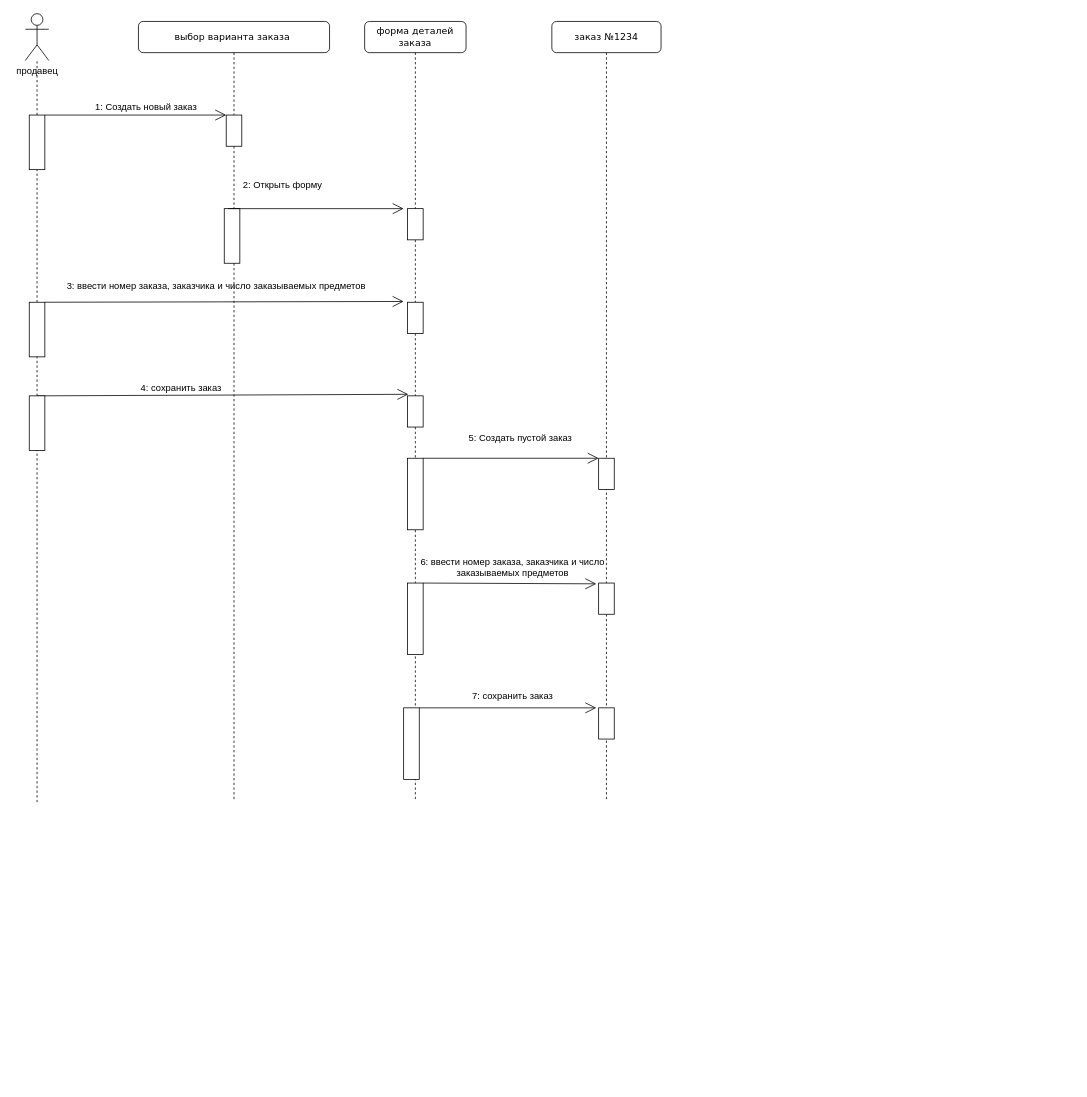
This is lab 2.drawio from Gsuper36/lab-diagrams, a draw.io file, before an edit. Source tidied: cells renumbered, new cells numbered last; positions are measured from the earlier drawing's top-left corner, leaving out a move shared by most shapes. Both pictures are drawn from the tidied source at 78%, with x=0, y=0 at pixel (25, 13).
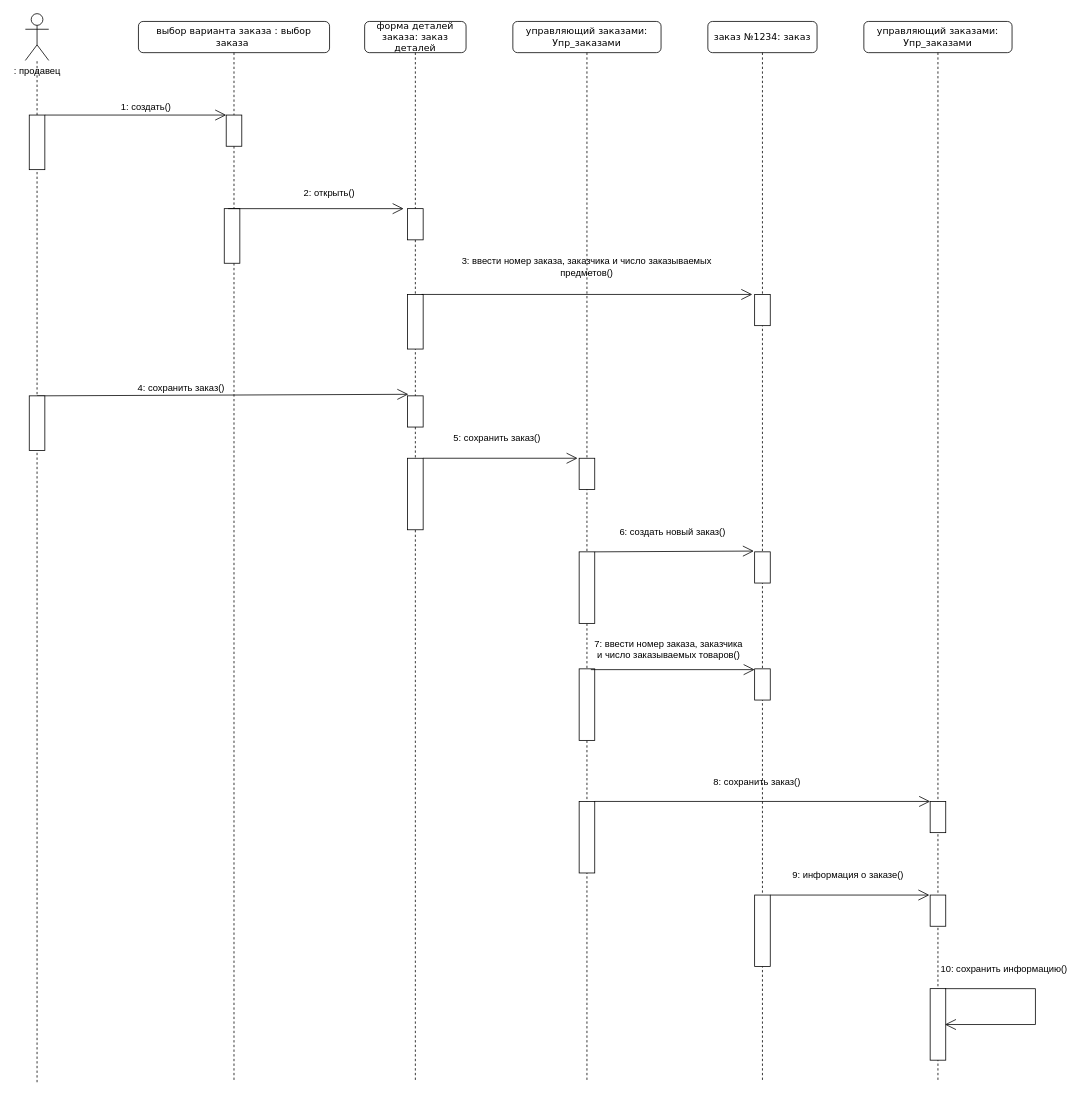
Above is the later version.

The change refers to these unchanged cells:
```xml
<mxCell id="6" style="html=1;points=[];perimeter=orthogonalPerimeter;rounded=0;shadow=0;comic=0;labelBackgroundColor=none;strokeWidth=1;fontFamily=Verdana;fontSize=12;align=center;" parent="2" vertex="1">
  <mxGeometry x="55" y="560" width="20" height="91.7" as="geometry" />
</mxCell>
<mxCell id="32" style="html=1;points=[];perimeter=orthogonalPerimeter;rounded=0;shadow=0;comic=0;labelBackgroundColor=none;strokeWidth=1;fontFamily=Verdana;fontSize=12;align=center;" parent="1" vertex="1">
  <mxGeometry x="5" y="130" width="20" height="70" as="geometry" />
</mxCell>
<mxCell id="36" style="html=1;points=[];perimeter=orthogonalPerimeter;rounded=0;shadow=0;comic=0;labelBackgroundColor=none;strokeWidth=1;fontFamily=Verdana;fontSize=12;align=center;" parent="1" vertex="1">
  <mxGeometry x="5" y="490" width="20" height="70" as="geometry" />
</mxCell>
```

The edit, as a diff of the source:
```diff
@@
-    <mxCell id="2" value="форма деталей заказа" style="shape=umlLifeline;perimeter=lifelinePerimeter;whiteSpace=wrap;html=1;rounded=1;shadow=0;comic=0;labelBackgroundColor=none;strokeWidth=1;fontFamily=Verdana;fontSize=12;align=center;" parent="1" vertex="1">
-      <mxGeometry x="435" y="10" width="130" height="1000" as="geometry" />
+    <mxCell id="2" value="форма деталей заказа: заказ деталей" style="shape=umlLifeline;perimeter=lifelinePerimeter;whiteSpace=wrap;html=1;rounded=1;shadow=0;comic=0;labelBackgroundColor=none;strokeWidth=1;fontFamily=Verdana;fontSize=12;align=center;" parent="1" vertex="1">
+      <mxGeometry x="435" y="10" width="130" height="1360" as="geometry" />
     </mxCell>
@@
-    <mxCell id="4" style="html=1;points=[];perimeter=orthogonalPerimeter;rounded=0;shadow=0;comic=0;labelBackgroundColor=none;strokeWidth=1;fontFamily=Verdana;fontSize=12;align=center;" parent="2" vertex="1">
-      <mxGeometry x="55" y="360" width="20" height="40" as="geometry" />
-    </mxCell>
@@
-    <mxCell id="7" style="html=1;perimeter=orthogonalPerimeter;rounded=0;shadow=0;comic=0;labelBackgroundColor=none;strokeWidth=1;fontFamily=Verdana;fontSize=12;align=center;" parent="2" vertex="1">
-      <mxGeometry x="55" y="720" width="20" height="91.7" as="geometry" />
-    </mxCell>
-    <mxCell id="8" style="endArrow=open;html=1;rounded=0;endFill=0;endSize=12;entryX=-0.15;entryY=0.025;entryDx=0;entryDy=0;entryPerimeter=0;" parent="2" edge="1" target="14">
-      <mxGeometry relative="1" as="geometry">
-        <mxPoint x="75" y="720" as="sourcePoint" />
-      </mxGeometry>
-    </mxCell>
-    <mxCell id="9" style="html=1;perimeter=orthogonalPerimeter;rounded=0;shadow=0;comic=0;labelBackgroundColor=none;strokeWidth=1;fontFamily=Verdana;fontSize=12;align=center;" parent="2" vertex="1">
-      <mxGeometry x="50" y="880" width="20" height="91.7" as="geometry" />
-    </mxCell>
-    <mxCell id="10" style="endArrow=open;html=1;rounded=0;endFill=0;endSize=12;entryX=-0.15;entryY=0;entryDx=0;entryDy=0;entryPerimeter=0;" parent="2" edge="1" target="15">
-      <mxGeometry relative="1" as="geometry">
-        <mxPoint x="70" y="880" as="sourcePoint" />
-      </mxGeometry>
-    </mxCell>
+    <mxCell id="38" style="html=1;points=[];perimeter=orthogonalPerimeter;rounded=0;shadow=0;comic=0;labelBackgroundColor=none;strokeWidth=1;fontFamily=Verdana;fontSize=12;align=center;" parent="2" vertex="1">
+      <mxGeometry x="55" y="350" width="20" height="70" as="geometry" />
+    </mxCell>
-    <mxCell id="11" value="заказ №1234" style="shape=umlLifeline;perimeter=lifelinePerimeter;whiteSpace=wrap;html=1;rounded=1;shadow=0;comic=0;labelBackgroundColor=none;strokeWidth=1;fontFamily=Verdana;fontSize=12;align=center;" parent="1" vertex="1">
-      <mxGeometry x="675" y="10" width="140" height="1000" as="geometry" />
+    <mxCell id="11" value="заказ №1234: заказ" style="shape=umlLifeline;perimeter=lifelinePerimeter;whiteSpace=wrap;html=1;rounded=1;shadow=0;comic=0;labelBackgroundColor=none;strokeWidth=1;fontFamily=Verdana;fontSize=12;align=center;" parent="1" vertex="1">
+      <mxGeometry x="875" y="10" width="140" height="1360" as="geometry" />
     </mxCell>
-    <mxCell id="12" style="html=1;points=[];perimeter=orthogonalPerimeter;rounded=0;shadow=0;comic=0;labelBackgroundColor=none;strokeWidth=1;fontFamily=Verdana;fontSize=12;align=center;" parent="11" vertex="1">
-      <mxGeometry x="60" y="560" width="20" height="40" as="geometry" />
-    </mxCell>
-    <mxCell id="13" style="endArrow=open;html=1;rounded=0;endFill=0;endSize=12;" parent="11" edge="1" source="6">
-      <mxGeometry relative="1" as="geometry">
-        <mxPoint x="60" y="560" as="targetPoint" />
-      </mxGeometry>
-    </mxCell>
+    <mxCell id="39" style="group;" parent="11" vertex="1">
+      <mxGeometry x="60" y="520" width="20" height="200" as="geometry" />
+    </mxCell>
-    <mxCell id="14" style="html=1;points=[];perimeter=orthogonalPerimeter;rounded=0;shadow=0;comic=0;labelBackgroundColor=none;strokeWidth=1;fontFamily=Verdana;fontSize=12;align=center;" parent="11" vertex="1">
-      <mxGeometry x="60" y="720" width="20" height="40" as="geometry" />
+    <mxCell id="14" style="html=1;points=[];perimeter=orthogonalPerimeter;rounded=0;shadow=0;comic=0;labelBackgroundColor=none;strokeWidth=1;fontFamily=Verdana;fontSize=12;align=center;" parent="39" vertex="1">
+      <mxGeometry y="160" width="20" height="40" as="geometry" />
     </mxCell>
-    <mxCell id="15" style="html=1;points=[];perimeter=orthogonalPerimeter;rounded=0;shadow=0;comic=0;labelBackgroundColor=none;strokeWidth=1;fontFamily=Verdana;fontSize=12;align=center;" parent="11" vertex="1">
-      <mxGeometry x="60" y="880" width="20" height="40" as="geometry" />
-    </mxCell>
+    <mxCell id="4" style="html=1;points=[];perimeter=orthogonalPerimeter;rounded=0;shadow=0;comic=0;labelBackgroundColor=none;strokeWidth=1;fontFamily=Verdana;fontSize=12;align=center;" parent="11" vertex="1">
+      <mxGeometry x="60" y="350" width="20" height="40" as="geometry" />
+    </mxCell>
+    <mxCell id="40" style="html=1;points=[];perimeter=orthogonalPerimeter;rounded=0;shadow=0;comic=0;labelBackgroundColor=none;strokeWidth=1;fontFamily=Verdana;fontSize=12;align=center;" parent="11" vertex="1">
+      <mxGeometry x="60" y="830" width="20" height="40" as="geometry" />
+    </mxCell>
+    <mxCell id="41" style="html=1;perimeter=orthogonalPerimeter;rounded=0;shadow=0;comic=0;labelBackgroundColor=none;strokeWidth=1;fontFamily=Verdana;fontSize=12;align=center;" parent="11" vertex="1">
+      <mxGeometry x="60" y="1120" width="20" height="91.7" as="geometry" />
+    </mxCell>
-    <mxCell id="16" value="выбор варианта заказа&lt;span style=&quot;white-space: pre;&quot;&gt; &lt;/span&gt;" style="shape=umlLifeline;perimeter=lifelinePerimeter;whiteSpace=wrap;html=1;rounded=1;shadow=0;comic=0;labelBackgroundColor=none;strokeWidth=1;fontFamily=Verdana;fontSize=12;align=center;" parent="1" vertex="1">
-      <mxGeometry x="145" y="10" width="245" height="1000" as="geometry" />
+    <mxCell id="16" value="выбор варианта заказа : выбор заказа&lt;span style=&quot;white-space: pre;&quot;&gt; &lt;/span&gt;" style="shape=umlLifeline;perimeter=lifelinePerimeter;whiteSpace=wrap;html=1;rounded=1;shadow=0;comic=0;labelBackgroundColor=none;strokeWidth=1;fontFamily=Verdana;fontSize=12;align=center;" parent="1" vertex="1">
+      <mxGeometry x="145" y="10" width="245" height="1360" as="geometry" />
     </mxCell>
@@
-    <mxCell id="20" value="4: сохранить заказ" style="text;html=1;strokeColor=none;fillColor=none;align=center;verticalAlign=middle;whiteSpace=wrap;rounded=0;" parent="16" vertex="1">
+    <mxCell id="20" value="4: сохранить заказ()" style="text;html=1;strokeColor=none;fillColor=none;align=center;verticalAlign=middle;whiteSpace=wrap;rounded=0;" parent="16" vertex="1">
       <mxGeometry x="-100" y="460" width="310" height="20" as="geometry" />
     </mxCell>
-    <mxCell id="21" value="1: Создать новый заказ" style="text;html=1;strokeColor=none;fillColor=none;align=center;verticalAlign=middle;whiteSpace=wrap;rounded=0;" parent="16" vertex="1">
+    <mxCell id="21" value="1: создать()" style="text;html=1;strokeColor=none;fillColor=none;align=center;verticalAlign=middle;whiteSpace=wrap;rounded=0;" parent="16" vertex="1">
       <mxGeometry x="-65" y="100" width="150" height="20" as="geometry" />
     </mxCell>
-    <mxCell id="22" value="2: Открыть форму" style="text;html=1;strokeColor=none;fillColor=none;align=center;verticalAlign=middle;whiteSpace=wrap;rounded=0;" parent="16" vertex="1">
-      <mxGeometry x="110" y="200" width="150" height="20" as="geometry" />
-    </mxCell>
@@
-    <mxCell id="24" style="endArrow=open;html=1;rounded=0;endFill=0;endSize=12;entryX=-0.25;entryY=-0.025;entryDx=0;entryDy=0;entryPerimeter=0;" parent="1" edge="1" target="4">
-      <mxGeometry relative="1" as="geometry">
-        <mxPoint x="25" y="370" as="sourcePoint" />
-      </mxGeometry>
-    </mxCell>
-    <mxCell id="25" value="3: ввести номер заказа, заказчика и число заказываемых предметов" style="text;html=1;strokeColor=none;fillColor=none;align=center;verticalAlign=middle;whiteSpace=wrap;rounded=0;" parent="1" vertex="1">
-      <mxGeometry x="5" y="330" width="480" height="40" as="geometry" />
-    </mxCell>
@@
-    <mxCell id="27" value="5: Создать пустой заказ" style="text;html=1;strokeColor=none;fillColor=none;align=center;verticalAlign=middle;whiteSpace=wrap;rounded=0;" parent="1" vertex="1">
-      <mxGeometry x="565" y="530" width="140" height="30" as="geometry" />
-    </mxCell>
-    <mxCell id="28" value="6: ввести номер заказа, заказчика и число заказываемых предметов" style="text;html=1;strokeColor=none;fillColor=none;align=center;verticalAlign=middle;whiteSpace=wrap;rounded=0;" parent="1" vertex="1">
-      <mxGeometry x="505" y="690" width="240" height="40" as="geometry" />
-    </mxCell>
-    <mxCell id="29" value="7: сохранить заказ" style="text;html=1;strokeColor=none;fillColor=none;align=center;verticalAlign=middle;whiteSpace=wrap;rounded=0;" parent="1" vertex="1">
-      <mxGeometry x="505" y="860" width="240" height="30" as="geometry" />
-    </mxCell>
@@
-    <mxCell id="31" value="продавец" style="shape=umlActor;verticalLabelPosition=bottom;verticalAlign=top;html=1;outlineConnect=0;" parent="1" vertex="1">
+    <mxCell id="31" value=": продавец" style="shape=umlActor;verticalLabelPosition=bottom;verticalAlign=top;html=1;outlineConnect=0;" parent="1" vertex="1">
       <mxGeometry width="30" height="60" as="geometry" />
     </mxCell>
@@
-    <mxCell id="33" style="endArrow=none;dashed=1;html=1;rounded=0;endSize=12;startArrow=none;" parent="1" edge="1" source="34" target="32">
+    <mxCell id="33" style="endArrow=none;dashed=1;html=1;rounded=0;endSize=12;startArrow=none;exitX=0.5;exitY=-0.029;exitDx=0;exitDy=0;exitPerimeter=0;" parent="1" edge="1" source="36" target="32">
       <mxGeometry relative="1" as="geometry" />
     </mxCell>
-    <mxCell id="34" style="html=1;points=[];perimeter=orthogonalPerimeter;rounded=0;shadow=0;comic=0;labelBackgroundColor=none;strokeWidth=1;fontFamily=Verdana;fontSize=12;align=center;" parent="1" vertex="1">
-      <mxGeometry x="5" y="370" width="20" height="70" as="geometry" />
-    </mxCell>
-    <mxCell id="35" style="endArrow=none;dashed=1;html=1;rounded=0;endSize=12;startArrow=none;" parent="1" edge="1" source="36" target="34">
-      <mxGeometry relative="1" as="geometry" />
-    </mxCell>
@@
     <mxCell id="37" style="endArrow=none;dashed=1;html=1;rounded=0;endSize=12;" parent="1" edge="1" target="36">
       <mxGeometry relative="1" as="geometry">
-        <mxPoint x="15" y="1011" as="sourcePoint" />
+        <mxPoint x="15" y="1370" as="sourcePoint" />
       </mxGeometry>
     </mxCell>
+    <mxCell id="22" value="2: открыть()" style="text;html=1;strokeColor=none;fillColor=none;align=center;verticalAlign=middle;whiteSpace=wrap;rounded=0;" parent="1" vertex="1">
+      <mxGeometry x="315" y="220" width="150" height="20" as="geometry" />
+    </mxCell>
+    <mxCell id="42" value="управляющий заказами: Упр_заказами" style="shape=umlLifeline;perimeter=lifelinePerimeter;whiteSpace=wrap;html=1;rounded=1;shadow=0;comic=0;labelBackgroundColor=none;strokeWidth=1;fontFamily=Verdana;fontSize=12;align=center;" parent="1" vertex="1">
+      <mxGeometry x="625" y="10" width="190" height="1360" as="geometry" />
+    </mxCell>
+    <mxCell id="12" style="html=1;points=[];perimeter=orthogonalPerimeter;rounded=0;shadow=0;comic=0;labelBackgroundColor=none;strokeWidth=1;fontFamily=Verdana;fontSize=12;align=center;" parent="42" vertex="1">
+      <mxGeometry x="85" y="560" width="20" height="40" as="geometry" />
+    </mxCell>
+    <mxCell id="27" value="5: сохранить заказ()" style="text;html=1;strokeColor=none;fillColor=none;align=center;verticalAlign=middle;whiteSpace=wrap;rounded=0;" parent="42" vertex="1">
+      <mxGeometry x="-90" y="520" width="140" height="30" as="geometry" />
+    </mxCell>
+    <mxCell id="7" style="html=1;perimeter=orthogonalPerimeter;rounded=0;shadow=0;comic=0;labelBackgroundColor=none;strokeWidth=1;fontFamily=Verdana;fontSize=12;align=center;" parent="42" vertex="1">
+      <mxGeometry x="85" y="680" width="20" height="91.7" as="geometry" />
+    </mxCell>
+    <mxCell id="43" style="endArrow=open;html=1;rounded=0;endFill=0;endSize=12;entryX=-0.05;entryY=-0.025;entryDx=0;entryDy=0;entryPerimeter=0;" parent="42" edge="1" target="14">
+      <mxGeometry relative="1" as="geometry">
+        <mxPoint x="105" y="680" as="sourcePoint" />
+      </mxGeometry>
+    </mxCell>
+    <mxCell id="44" style="html=1;perimeter=orthogonalPerimeter;rounded=0;shadow=0;comic=0;labelBackgroundColor=none;strokeWidth=1;fontFamily=Verdana;fontSize=12;align=center;" parent="42" vertex="1">
+      <mxGeometry x="85" y="830" width="20" height="91.7" as="geometry" />
+    </mxCell>
+    <mxCell id="45" style="endArrow=open;html=1;rounded=0;endFill=0;endSize=12;entryX=0;entryY=0.025;entryDx=0;entryDy=0;entryPerimeter=0;" parent="42" edge="1" target="40">
+      <mxGeometry relative="1" as="geometry">
+        <mxPoint x="100" y="831" as="sourcePoint" />
+      </mxGeometry>
+    </mxCell>
+    <mxCell id="46" style="html=1;perimeter=orthogonalPerimeter;rounded=0;shadow=0;comic=0;labelBackgroundColor=none;strokeWidth=1;fontFamily=Verdana;fontSize=12;align=center;" parent="42" vertex="1">
+      <mxGeometry x="85" y="1000" width="20" height="91.7" as="geometry" />
+    </mxCell>
+    <mxCell id="47" style="endArrow=open;html=1;rounded=0;endFill=0;endSize=12;" parent="42" edge="1" target="53">
+      <mxGeometry relative="1" as="geometry">
+        <mxPoint x="105" y="1000" as="sourcePoint" />
+      </mxGeometry>
+    </mxCell>
+    <mxCell id="48" style="endArrow=open;html=1;rounded=0;endFill=0;endSize=12;entryX=-0.15;entryY=0;entryDx=0;entryDy=0;entryPerimeter=0;exitX=0.9;exitY=0;exitDx=0;exitDy=0;exitPerimeter=0;" parent="1" edge="1" source="38" target="4">
+      <mxGeometry relative="1" as="geometry" />
+    </mxCell>
+    <mxCell id="49" value="3: ввести номер заказа, заказчика и число заказываемых предметов()" style="text;html=1;strokeColor=none;fillColor=none;align=center;verticalAlign=middle;whiteSpace=wrap;rounded=0;" parent="1" vertex="1">
+      <mxGeometry x="525" y="310" width="390" height="30" as="geometry" />
+    </mxCell>
+    <mxCell id="13" style="endArrow=open;html=1;rounded=0;endFill=0;endSize=12;entryX=-0.1;entryY=0;entryDx=0;entryDy=0;entryPerimeter=0;" parent="1" edge="1" source="6" target="12">
+      <mxGeometry relative="1" as="geometry" />
+    </mxCell>
+    <mxCell id="50" value="6: создать новый заказ()" style="text;html=1;strokeColor=none;fillColor=none;align=center;verticalAlign=middle;whiteSpace=wrap;rounded=0;" parent="1" vertex="1">
+      <mxGeometry x="745" y="650" width="170" height="30" as="geometry" />
+    </mxCell>
+    <mxCell id="51" value="7: ввести номер заказа, заказчика и число заказываемых товаров()" style="text;html=1;strokeColor=none;fillColor=none;align=center;verticalAlign=middle;whiteSpace=wrap;rounded=0;" parent="1" vertex="1">
+      <mxGeometry x="725" y="800" width="200" height="30" as="geometry" />
+    </mxCell>
+    <mxCell id="52" value="управляющий заказами: Упр_заказами" style="shape=umlLifeline;perimeter=lifelinePerimeter;whiteSpace=wrap;html=1;rounded=1;shadow=0;comic=0;labelBackgroundColor=none;strokeWidth=1;fontFamily=Verdana;fontSize=12;align=center;" parent="1" vertex="1">
+      <mxGeometry x="1075" y="10" width="190" height="1360" as="geometry" />
+    </mxCell>
+    <mxCell id="53" style="html=1;points=[];perimeter=orthogonalPerimeter;rounded=0;shadow=0;comic=0;labelBackgroundColor=none;strokeWidth=1;fontFamily=Verdana;fontSize=12;align=center;" parent="52" vertex="1">
+      <mxGeometry x="85" y="1000" width="20" height="40" as="geometry" />
+    </mxCell>
+    <mxCell id="54" style="html=1;points=[];perimeter=orthogonalPerimeter;rounded=0;shadow=0;comic=0;labelBackgroundColor=none;strokeWidth=1;fontFamily=Verdana;fontSize=12;align=center;" parent="52" vertex="1">
+      <mxGeometry x="85" y="1120" width="20" height="40" as="geometry" />
+    </mxCell>
+    <mxCell id="55" style="html=1;points=[];perimeter=orthogonalPerimeter;rounded=0;shadow=0;comic=0;labelBackgroundColor=none;strokeWidth=1;fontFamily=Verdana;fontSize=12;align=center;" parent="52" vertex="1">
+      <mxGeometry x="85" y="1240" width="20" height="91.7" as="geometry" />
+    </mxCell>
+    <mxCell id="56" style="endArrow=open;html=1;rounded=0;endFill=0;endSize=12;exitX=0.95;exitY=0;exitDx=0;exitDy=0;exitPerimeter=0;" parent="52" edge="1" source="55">
+      <mxGeometry relative="1" as="geometry">
+        <mxPoint x="104" y="1286" as="targetPoint" />
+        <Array as="points">
+          <mxPoint x="220" y="1240" />
+          <mxPoint x="220" y="1286" />
+        </Array>
+      </mxGeometry>
+    </mxCell>
+    <mxCell id="57" value="8: сохранить заказ()&amp;nbsp;" style="text;html=1;strokeColor=none;fillColor=none;align=center;verticalAlign=middle;whiteSpace=wrap;rounded=0;" parent="1" vertex="1">
+      <mxGeometry x="735" y="970" width="410" height="30" as="geometry" />
+    </mxCell>
+    <mxCell id="58" style="endArrow=open;html=1;rounded=0;endFill=0;endSize=12;entryX=-0.05;entryY=0;entryDx=0;entryDy=0;entryPerimeter=0;" parent="1" edge="1" target="54">
+      <mxGeometry relative="1" as="geometry">
+        <mxPoint x="955" y="1130" as="sourcePoint" />
+      </mxGeometry>
+    </mxCell>
+    <mxCell id="59" value="9: информация о заказе()" style="text;html=1;strokeColor=none;fillColor=none;align=center;verticalAlign=middle;whiteSpace=wrap;rounded=0;" parent="1" vertex="1">
+      <mxGeometry x="965" y="1090" width="180" height="30" as="geometry" />
+    </mxCell>
+    <mxCell id="60" value="10: сохранить информацию()" style="text;html=1;strokeColor=none;fillColor=none;align=center;verticalAlign=middle;whiteSpace=wrap;rounded=0;" parent="1" vertex="1">
+      <mxGeometry x="1165" y="1210" width="180" height="30" as="geometry" />
+    </mxCell>
```
